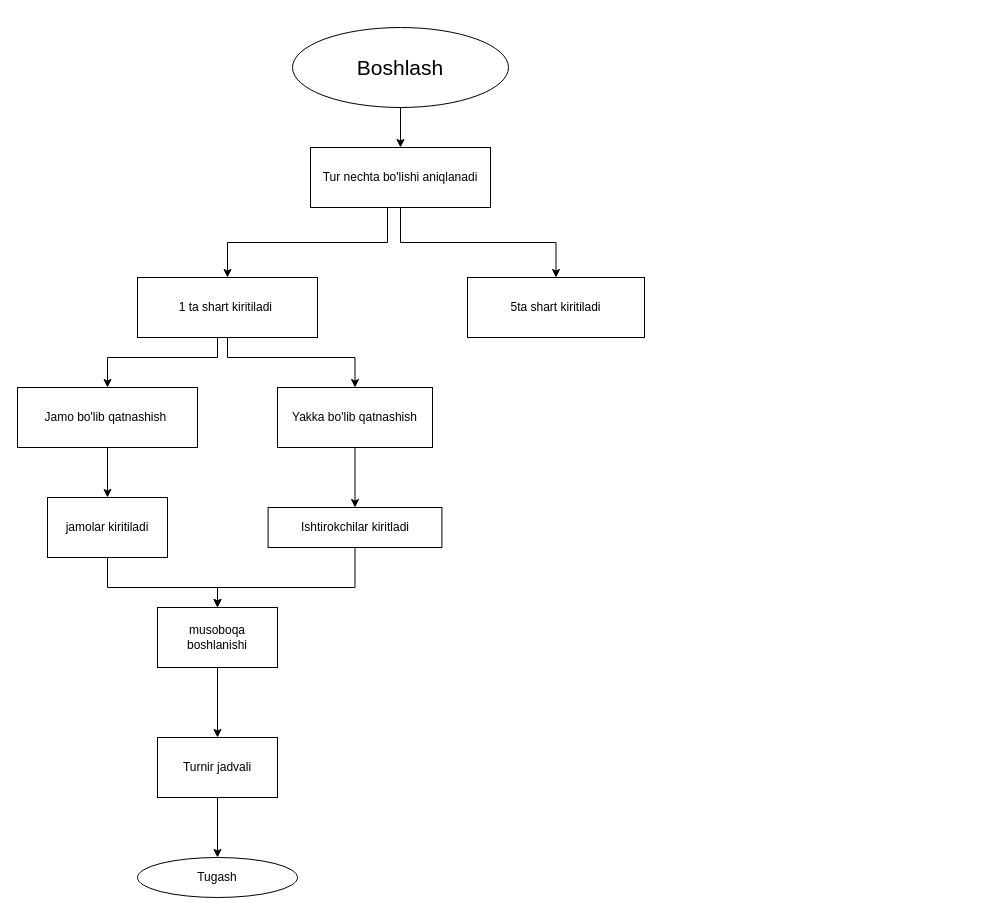
The draw.io diagram Диаграмма без названия.drawio in cyberstalk0210/cyberstalk0210, before the edit. Source tidied: cells renumbered, new cells numbered last; positions are measured from the earlier drawing's top-left corner, leaving out a move shared by most shapes. Both pictures are drawn from the tidied source at 100%, with x=0, y=0 at pixel (17, 27).
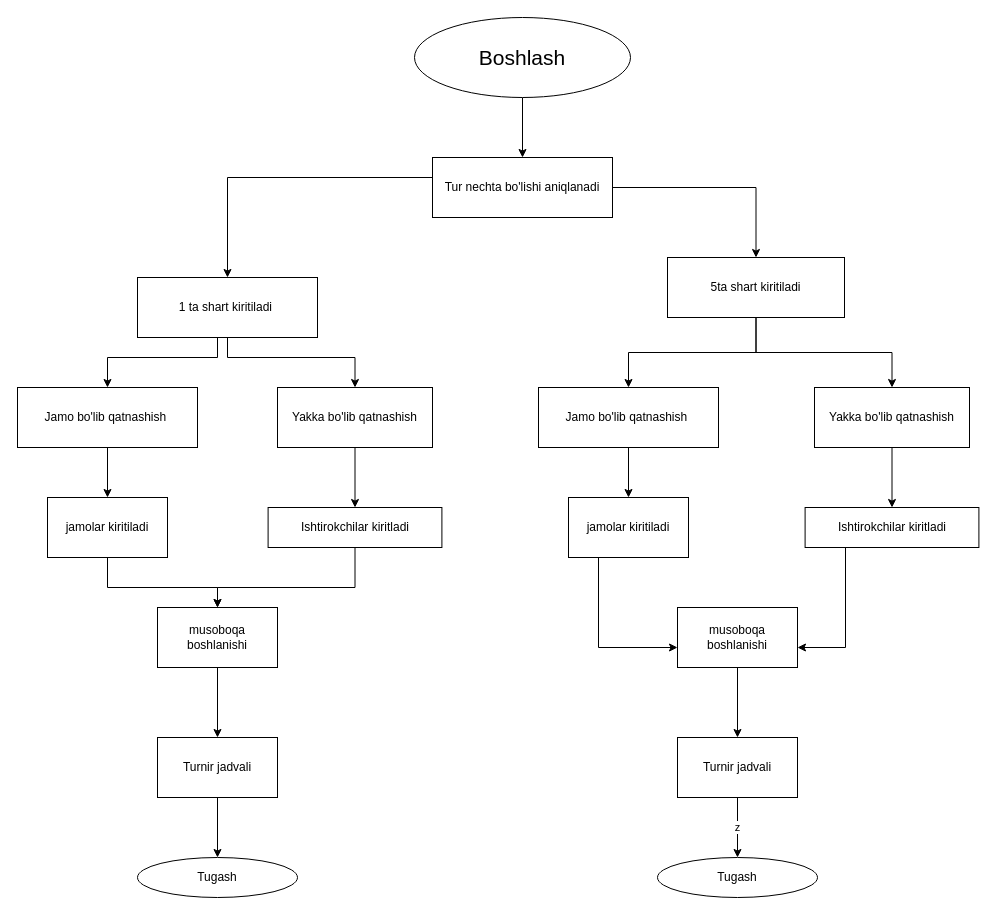
Above is the later version.

The change refers to these unchanged cells:
```xml
<mxCell id="10" value="1 ta shart kiritiladi&amp;nbsp;" style="rounded=0;whiteSpace=wrap;html=1;" parent="1" vertex="1">
  <mxGeometry x="120" y="250" width="180" height="60" as="geometry" />
</mxCell>
```

The edit, as a diff of the source:
```diff
@@
     <mxCell id="3" value="&lt;font style=&quot;font-size: 21px;&quot;&gt;Boshlash&lt;/font&gt;" style="ellipse;whiteSpace=wrap;html=1;" parent="1" vertex="1">
-      <mxGeometry x="275" width="216" height="80" as="geometry" />
+      <mxGeometry x="397" y="-10" width="216" height="80" as="geometry" />
     </mxCell>
     <mxCell id="4" style="edgeStyle=orthogonalEdgeStyle;rounded=0;jettySize=auto;html=1;" parent="1" edge="1" source="6" target="10">
       <mxGeometry relative="1" as="geometry">
         <Array as="points">
-          <mxPoint x="370" y="215" />
-          <mxPoint x="210" y="215" />
+          <mxPoint x="210" y="150" />
         </Array>
       </mxGeometry>
     </mxCell>
@@
     <mxCell id="6" value="Tur nechta bo'lishi aniqlanadi" style="rounded=0;whiteSpace=wrap;html=1;" parent="1" vertex="1">
-      <mxGeometry x="293" y="120" width="180" height="60" as="geometry" />
+      <mxGeometry x="415" y="130" width="180" height="60" as="geometry" />
     </mxCell>
@@
+    <mxCell id="25" style="edgeStyle=orthogonalEdgeStyle;rounded=0;jettySize=auto;html=1;entryX=0.5;entryY=0;entryDx=0;entryDy=0;" parent="1" edge="1" source="11" target="28">
+      <mxGeometry relative="1" as="geometry" />
+    </mxCell>
+    <mxCell id="26" style="edgeStyle=orthogonalEdgeStyle;rounded=0;jettySize=auto;html=1;entryX=0.5;entryY=0;entryDx=0;entryDy=0;" parent="1" edge="1" source="11" target="30">
+      <mxGeometry relative="1" as="geometry" />
+    </mxCell>
     <mxCell id="11" value="5ta shart kiritiladi" style="whiteSpace=wrap;html=1;rounded=0;" parent="1" vertex="1">
-      <mxGeometry x="450" y="250" width="177" height="60" as="geometry" />
+      <mxGeometry x="650" y="230" width="177" height="60" as="geometry" />
     </mxCell>
@@
+    <mxCell id="27" style="edgeStyle=orthogonalEdgeStyle;rounded=0;jettySize=auto;html=1;" parent="1" edge="1" source="28" target="32">
+      <mxGeometry relative="1" as="geometry" />
+    </mxCell>
+    <mxCell id="28" value="Jamo bo'lib qatnashish&amp;nbsp;" style="rounded=0;whiteSpace=wrap;html=1;" parent="1" vertex="1">
+      <mxGeometry x="521" y="360" width="180" height="60" as="geometry" />
+    </mxCell>
+    <mxCell id="29" style="edgeStyle=orthogonalEdgeStyle;rounded=0;jettySize=auto;html=1;" parent="1" edge="1" source="30" target="37">
+      <mxGeometry relative="1" as="geometry" />
+    </mxCell>
+    <mxCell id="30" value="Yakka bo'lib qatnashish" style="rounded=0;whiteSpace=wrap;html=1;" parent="1" vertex="1">
+      <mxGeometry x="797" y="360" width="155" height="60" as="geometry" />
+    </mxCell>
+    <mxCell id="31" style="edgeStyle=orthogonalEdgeStyle;rounded=0;jettySize=auto;html=1;" parent="1" edge="1" source="32" target="39">
+      <mxGeometry relative="1" as="geometry">
+        <Array as="points">
+          <mxPoint x="581" y="620" />
+          <mxPoint x="720" y="620" />
+        </Array>
+      </mxGeometry>
+    </mxCell>
+    <mxCell id="32" value="jamolar kiritiladi" style="rounded=0;whiteSpace=wrap;html=1;" parent="1" vertex="1">
+      <mxGeometry x="551" y="470" width="120" height="60" as="geometry" />
+    </mxCell>
+    <mxCell id="33" value="z" style="edgeStyle=orthogonalEdgeStyle;rounded=0;jettySize=auto;html=1;" parent="1" edge="1" source="34" target="35">
+      <mxGeometry relative="1" as="geometry" />
+    </mxCell>
+    <mxCell id="34" value="Turnir jadvali" style="whiteSpace=wrap;html=1;rounded=0;" parent="1" vertex="1">
+      <mxGeometry x="660" y="710" width="120" height="60" as="geometry" />
+    </mxCell>
+    <mxCell id="35" value="Tugash" style="ellipse;whiteSpace=wrap;html=1;rounded=0;" parent="1" vertex="1">
+      <mxGeometry x="640" y="830" width="160" height="40" as="geometry" />
+    </mxCell>
+    <mxCell id="36" style="edgeStyle=orthogonalEdgeStyle;rounded=0;jettySize=auto;html=1;" parent="1" edge="1" source="37" target="39">
+      <mxGeometry relative="1" as="geometry">
+        <Array as="points">
+          <mxPoint x="828" y="620" />
+          <mxPoint x="720" y="620" />
+        </Array>
+      </mxGeometry>
+    </mxCell>
+    <mxCell id="37" value="Ishtirokchilar kiritladi" style="whiteSpace=wrap;html=1;rounded=0;" parent="1" vertex="1">
+      <mxGeometry x="787.6" y="480" width="173.8" height="40" as="geometry" />
+    </mxCell>
+    <mxCell id="38" style="edgeStyle=orthogonalEdgeStyle;rounded=0;jettySize=auto;html=1;entryX=0.5;entryY=0;entryDx=0;entryDy=0;" parent="1" edge="1" source="39" target="34">
+      <mxGeometry relative="1" as="geometry" />
+    </mxCell>
+    <mxCell id="39" value="musoboqa boshlanishi" style="whiteSpace=wrap;html=1;rounded=0;" parent="1" vertex="1">
+      <mxGeometry x="660" y="580" width="120" height="60" as="geometry" />
+    </mxCell>
```
